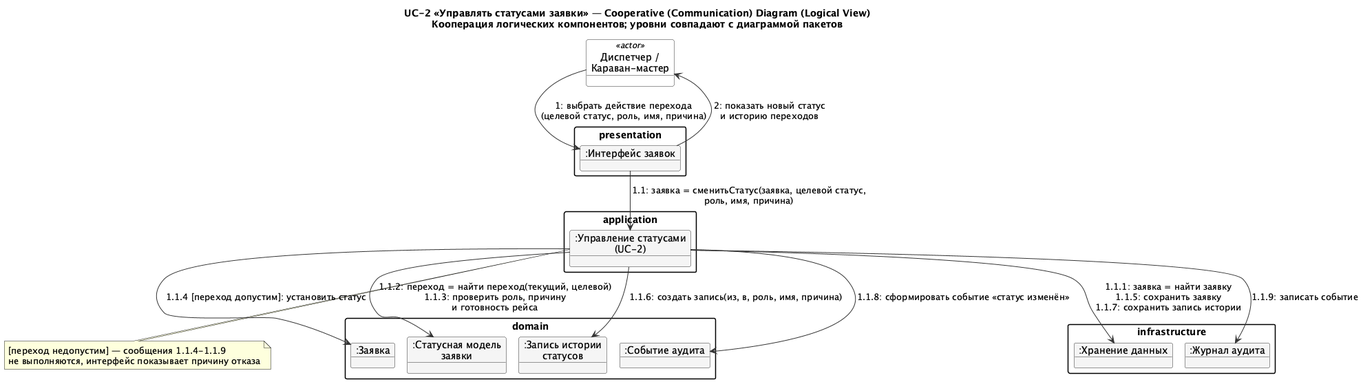
This is docs/diagrams/out/COL_UC2_LogicalView.png from granikartem/MPI, a PlantUML export, as it was before one commit.
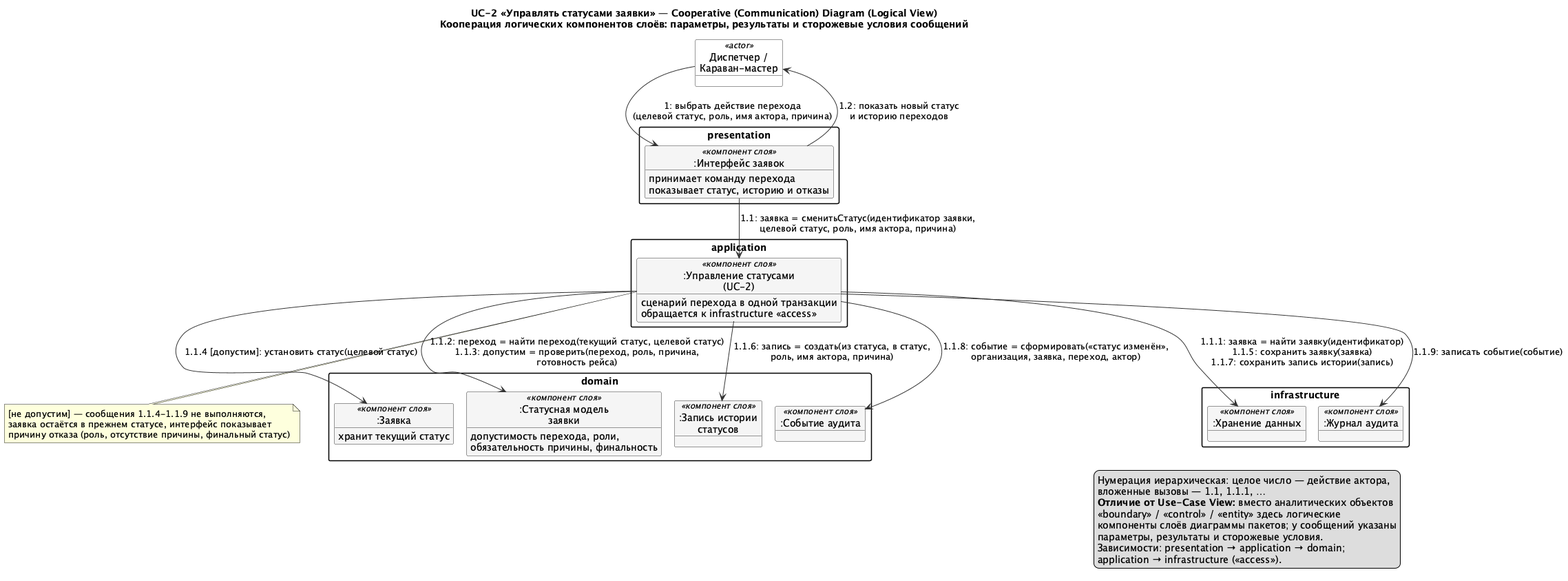
The same file after the commit.

Diff of the diagram source:
```diff
@@ -6,42 +6,62 @@
 skinparam packageStyle rectangle
 skinparam ArrowColor #333333
 
-title UC-2 «Управлять статусами заявки» — Cooperative (Communication) Diagram (Logical View)\nКооперация логических компонентов; уровни совпадают с диаграммой пакетов
+title UC-2 «Управлять статусами заявки» — Cooperative (Communication) Diagram (Logical View)\nКооперация логических компонентов слоёв: параметры, результаты и сторожевые условия сообщений
 
 object "Диспетчер /\nКараван-мастер" as U <<actor>> #White
 
 package "presentation" {
-  object ":Интерфейс заявок" as PRES
+  object ":Интерфейс заявок" as PRES <<компонент слоя>>
+  PRES : принимает команду перехода
+  PRES : показывает статус, историю и отказы
 }
 
 package "application" {
-  object ":Управление статусами\n(UC-2)" as APP
+  object ":Управление статусами\n(UC-2)" as APP <<компонент слоя>>
+  APP : сценарий перехода в одной транзакции
+  APP : обращается к infrastructure <<access>>
 }
 
 package "domain" {
-  object ":Заявка" as REQ
-  object ":Статусная модель\nзаявки" as SM
-  object ":Запись истории\nстатусов" as HIST
-  object ":Событие аудита" as EVT
+  object ":Заявка" as REQ <<компонент слоя>>
+  REQ : хранит текущий статус
+
+  object ":Статусная модель\nзаявки" as SM <<компонент слоя>>
+  SM : допустимость перехода, роли,\nобязательность причины, финальность
+
+  object ":Запись истории\nстатусов" as HIST <<компонент слоя>>
+  object ":Событие аудита" as EVT <<компонент слоя>>
 }
 
 package "infrastructure" {
-  object ":Хранение данных" as STORE
-  object ":Журнал аудита" as AUDIT
+  object ":Хранение данных" as STORE <<компонент слоя>>
+  object ":Журнал аудита" as AUDIT <<компонент слоя>>
 }
 
-U --> PRES : 1: выбрать действие перехода\n(целевой статус, роль, имя, причина)
-PRES --> APP : 1.1: заявка = сменитьСтатус(заявка, целевой статус,\nроль, имя, причина)
-APP --> STORE : 1.1.1: заявка = найти заявку\n1.1.5: сохранить заявку\n1.1.7: сохранить запись истории
-APP --> SM : 1.1.2: переход = найти переход(текущий, целевой)\n1.1.3: проверить роль, причину\nи готовность рейса
-APP --> REQ : 1.1.4 [переход допустим]: установить статус
-APP --> HIST : 1.1.6: создать запись(из, в, роль, имя, причина)
-APP --> EVT : 1.1.8: сформировать событие «статус изменён»
-APP --> AUDIT : 1.1.9: записать событие
-PRES --> U : 2: показать новый статус\nи историю переходов
+U --> PRES : 1: выбрать действие перехода\n(целевой статус, роль, имя актора, причина)
+PRES --> APP : 1.1: заявка = сменитьСтатус(идентификатор заявки,\nцелевой статус, роль, имя актора, причина)
+APP --> STORE : 1.1.1: заявка = найти заявку(идентификатор)\n1.1.5: сохранить заявку(заявка)\n1.1.7: сохранить запись истории(запись)
+APP --> SM : 1.1.2: переход = найти переход(текущий статус, целевой статус)\n1.1.3: допустим = проверить(переход, роль, причина,\nготовность рейса)
+APP --> REQ : 1.1.4 [допустим]: установить статус(целевой статус)
+APP --> HIST : 1.1.6: запись = создать(из статуса, в статус,\nроль, имя актора, причина)
+APP --> EVT : 1.1.8: событие = сформировать(«статус изменён»,\nорганизация, заявка, переход, актор)
+APP --> AUDIT : 1.1.9: записать событие(событие)
+PRES --> U : 1.2: показать новый статус\nи историю переходов
 
 note bottom of APP
-  [переход недопустим] — сообщения 1.1.4-1.1.9
-  не выполняются, интерфейс показывает причину отказа
+  [не допустим] — сообщения 1.1.4-1.1.9 не выполняются,
+  заявка остаётся в прежнем статусе, интерфейс показывает
+  причину отказа (роль, отсутствие причины, финальный статус)
 end note
+
+legend right
+  Нумерация иерархическая: целое число — действие актора,
+  вложенные вызовы — 1.1, 1.1.1, …
+  **Отличие от Use-Case View:** вместо аналитических объектов
+  <<boundary>> / <<control>> / <<entity>> здесь логические
+  компоненты слоёв диаграммы пакетов; у сообщений указаны
+  параметры, результаты и сторожевые условия.
+  Зависимости: presentation → application → domain;
+  application → infrastructure (<<access>>).
+endlegend
 @enduml
```
